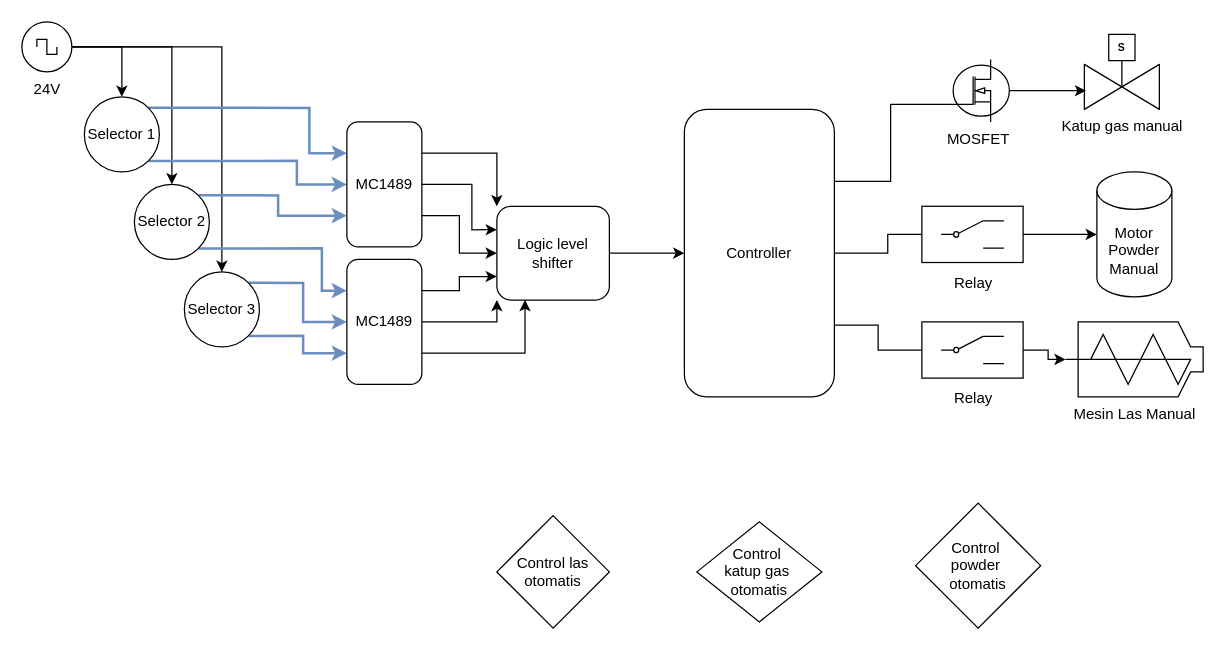
This is Modul kontrol mensin las.drawio from ilhamdestyo/draw.io, a draw.io file, before an edit. Source tidied: cells renumbered, new cells numbered last; positions are measured from the earlier drawing's top-left corner, leaving out a move shared by most shapes. Both pictures are drawn from the tidied source at 125%, with x=0, y=0 at pixel (21, 21).
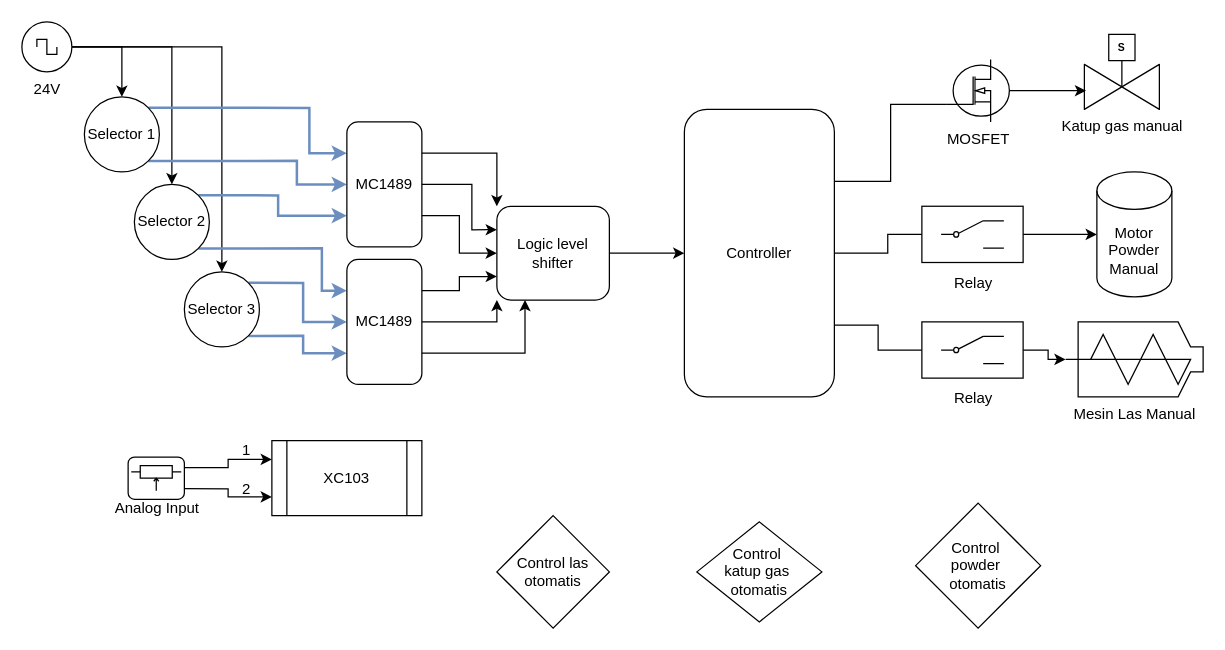
After the change.

The edit, as a diff of the source:
```diff
@@
+    <mxCell id="49" value="XC103" style="shape=process;whiteSpace=wrap;html=1;backgroundOutline=1;" parent="1" vertex="1">
+      <mxGeometry x="200" y="335" width="120" height="60" as="geometry" />
+    </mxCell>
+    <mxCell id="50" style="group;" parent="1" vertex="1">
+      <mxGeometry x="85" y="348.1" width="45" height="33.8" as="geometry" />
+    </mxCell>
+    <mxCell id="51" style="rounded=1;whiteSpace=wrap;html=1;" parent="50" vertex="1">
+      <mxGeometry width="45" height="33.8" as="geometry" />
+    </mxCell>
+    <mxCell id="52" value="Analog Input" style="verticalLabelPosition=bottom;shadow=0;dashed=0;align=center;html=1;verticalAlign=top;shape=mxgraph.electrical.resistors.potentiometer_1;" parent="50" vertex="1">
+      <mxGeometry x="2.5" y="6.9" width="40" height="20" as="geometry" />
+    </mxCell>
+    <mxCell id="53" style="edgeStyle=orthogonalEdgeStyle;rounded=0;jettySize=auto;html=1;exitX=1;exitY=0.25;exitDx=0;exitDy=0;entryX=0;entryY=0.25;entryDx=0;entryDy=0;" parent="1" edge="1" source="51" target="49">
+      <mxGeometry relative="1" as="geometry" />
+    </mxCell>
+    <mxCell id="54" style="edgeStyle=orthogonalEdgeStyle;rounded=0;jettySize=auto;html=1;exitX=1;exitY=0.75;exitDx=0;exitDy=0;entryX=0;entryY=0.75;entryDx=0;entryDy=0;" parent="1" edge="1" source="51" target="49">
+      <mxGeometry relative="1" as="geometry" />
+    </mxCell>
+    <mxCell id="55" value="1" style="text;html=1;whiteSpace=wrap;strokeColor=none;fillColor=none;align=center;verticalAlign=middle;rounded=0;" parent="1" vertex="1">
+      <mxGeometry x="170" y="335" width="20" height="15" as="geometry" />
+    </mxCell>
+    <mxCell id="56" value="2" style="text;html=1;whiteSpace=wrap;strokeColor=none;fillColor=none;align=center;verticalAlign=middle;rounded=0;" parent="1" vertex="1">
+      <mxGeometry x="170" y="366.9" width="20" height="15" as="geometry" />
+    </mxCell>
```
